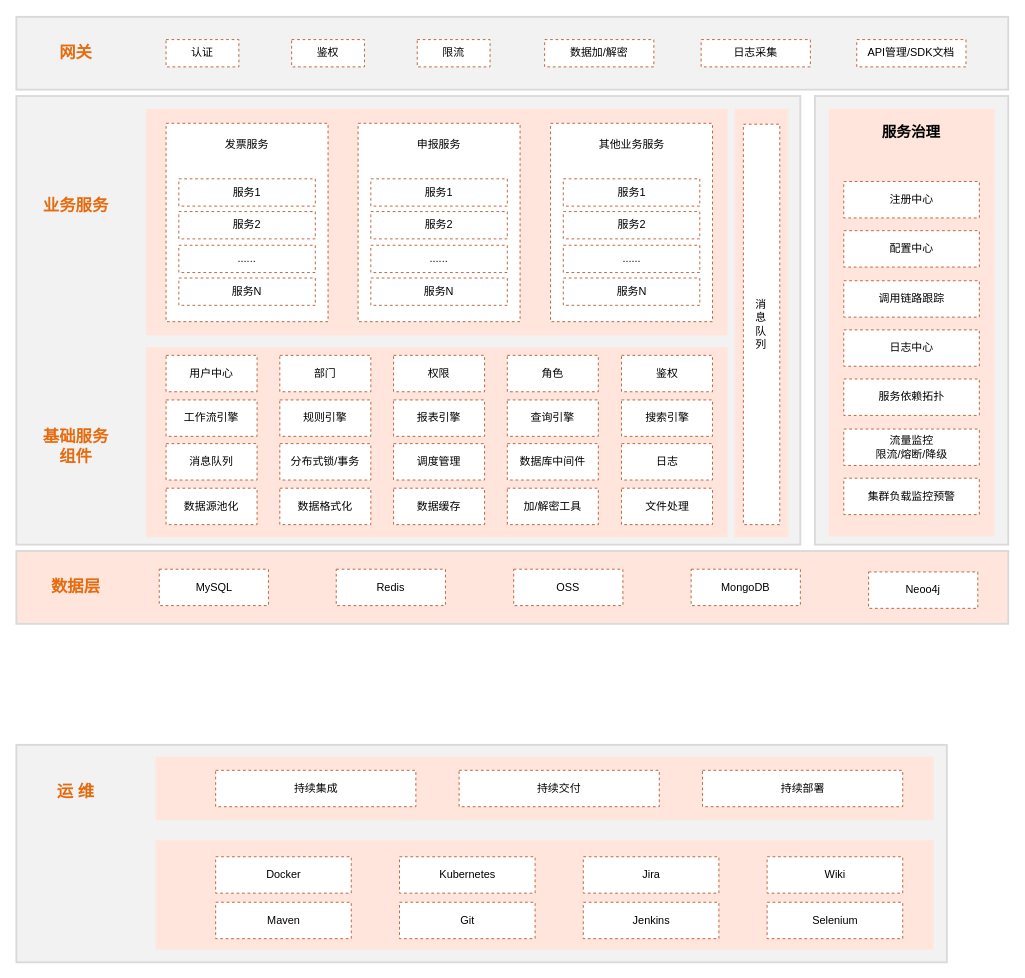
The draw.io diagram 微服务.drawio in xingzhihe/hello-world, before the edit. Source tidied: cells renumbered, new cells numbered last; positions are measured from the earlier drawing's top-left corner, leaving out a move shared by most shapes. Both pictures are drawn from the tidied source at 91%, with x=0, y=0 at pixel (15, 16).
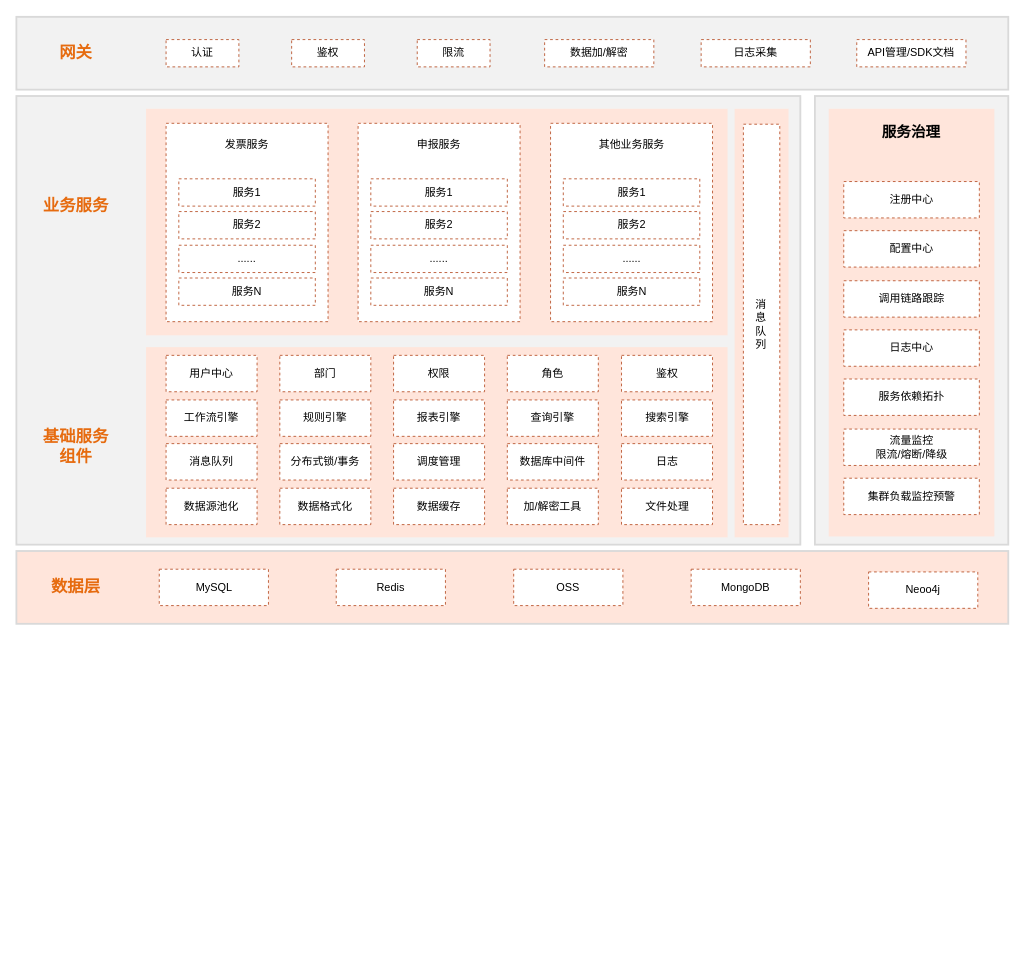
After the change.

Commit message:
更新微服务.drawio

What changed in the source:
```diff
@@
-    <mxCell id="4" style="whiteSpace=wrap;html=1;fontSize=18;fontStyle=1;strokeWidth=2;fillColor=#F2F2F2;strokeColor=#D9D9D9;" parent="1" vertex="1">
-      <mxGeometry x="0.5" y="800" width="1022.5" height="239" as="geometry" />
-    </mxCell>
-    <mxCell id="5" style="whiteSpace=wrap;html=1;strokeColor=none;dashed=1;verticalAlign=top;spacingTop=0;fillColor=#FFE5DB;fontSize=16;" parent="1" vertex="1">
-      <mxGeometry x="153.5" y="813" width="855" height="70" as="geometry" />
-    </mxCell>
-    <mxCell id="6" style="whiteSpace=wrap;html=1;strokeColor=none;dashed=1;verticalAlign=top;spacingTop=0;fillColor=#FFE5DB;fontSize=16;" parent="1" vertex="1">
-      <mxGeometry x="153.5" y="905" width="855" height="120" as="geometry" />
-    </mxCell>
@@
-    <mxCell id="42" value="Maven" style="whiteSpace=wrap;html=1;strokeColor=#BB5933;dashed=1;" parent="1" vertex="1">
-      <mxGeometry x="219.5" y="973" width="149" height="40" as="geometry" />
-    </mxCell>
-    <mxCell id="43" value="Git" style="whiteSpace=wrap;html=1;strokeColor=#BB5933;dashed=1;" parent="1" vertex="1">
-      <mxGeometry x="421.5" y="973" width="149" height="40" as="geometry" />
-    </mxCell>
-    <mxCell id="44" value="Docker" style="whiteSpace=wrap;html=1;strokeColor=#BB5933;dashed=1;" parent="1" vertex="1">
-      <mxGeometry x="219.5" y="923" width="149" height="40" as="geometry" />
-    </mxCell>
-    <mxCell id="45" value="Jenkins" style="whiteSpace=wrap;html=1;strokeColor=#BB5933;dashed=1;" parent="1" vertex="1">
-      <mxGeometry x="623.5" y="973" width="149" height="40" as="geometry" />
-    </mxCell>
-    <mxCell id="46" value="Kubernetes" style="whiteSpace=wrap;html=1;strokeColor=#BB5933;dashed=1;" parent="1" vertex="1">
-      <mxGeometry x="421.5" y="923" width="149" height="40" as="geometry" />
-    </mxCell>
-    <mxCell id="47" value="Jira" style="whiteSpace=wrap;html=1;strokeColor=#BB5933;dashed=1;" parent="1" vertex="1">
-      <mxGeometry x="623.5" y="923" width="149" height="40" as="geometry" />
-    </mxCell>
@@
-    <mxCell id="81" value="Wiki" style="whiteSpace=wrap;html=1;strokeColor=#BB5933;dashed=1;" parent="1" vertex="1">
-      <mxGeometry x="825.5" y="923" width="149" height="40" as="geometry" />
-    </mxCell>
-    <mxCell id="82" value="持续集成" style="whiteSpace=wrap;html=1;strokeColor=#BB5933;dashed=1;" parent="1" vertex="1">
-      <mxGeometry x="219.5" y="828" width="220" height="40" as="geometry" />
-    </mxCell>
-    <mxCell id="83" value="持续交付" style="whiteSpace=wrap;html=1;strokeColor=#BB5933;dashed=1;" parent="1" vertex="1">
-      <mxGeometry x="487" y="828" width="220" height="40" as="geometry" />
-    </mxCell>
-    <mxCell id="84" value="持续部署" style="whiteSpace=wrap;html=1;strokeColor=#BB5933;dashed=1;" parent="1" vertex="1">
-      <mxGeometry x="754.5" y="828" width="220" height="40" as="geometry" />
-    </mxCell>
-    <mxCell id="85" value="Selenium" style="whiteSpace=wrap;html=1;strokeColor=#BB5933;dashed=1;" parent="1" vertex="1">
-      <mxGeometry x="825.5" y="973" width="149" height="40" as="geometry" />
-    </mxCell>
-    <mxCell id="86" value="运 维" style="whiteSpace=wrap;html=1;fillColor=none;strokeColor=none;fontSize=18;fontStyle=1;fontColor=#E66B0F;" parent="1" vertex="1">
-      <mxGeometry x="5.5" y="832" width="120" height="40" as="geometry" />
-    </mxCell>
```
